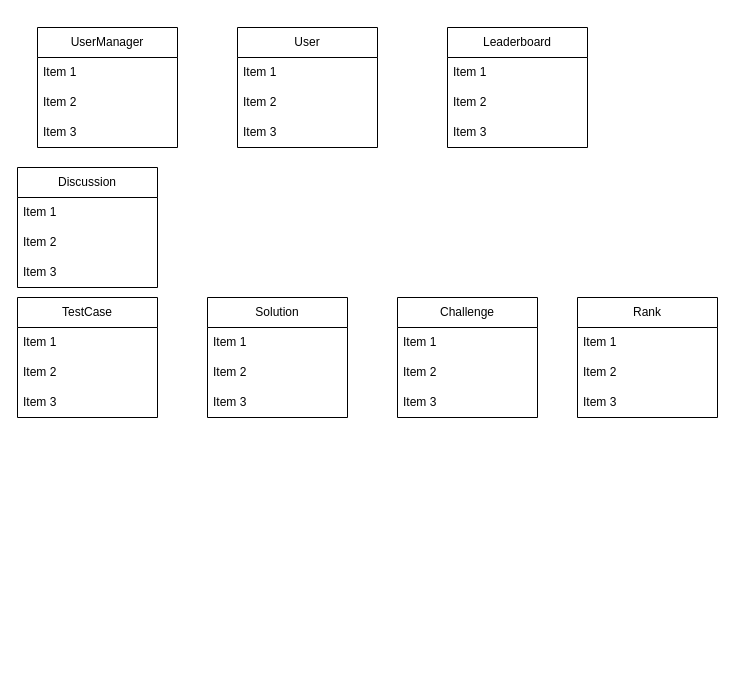
Earlier version of the draw.io diagram class-diagram.drawio (rayesalnasra/code-golf). Source tidied: cells renumbered, new cells numbered last; positions are measured from the earlier drawing's top-left corner, leaving out a move shared by most shapes. Both pictures are drawn from the tidied source at 100%, with x=0, y=0 at pixel (17, 27).
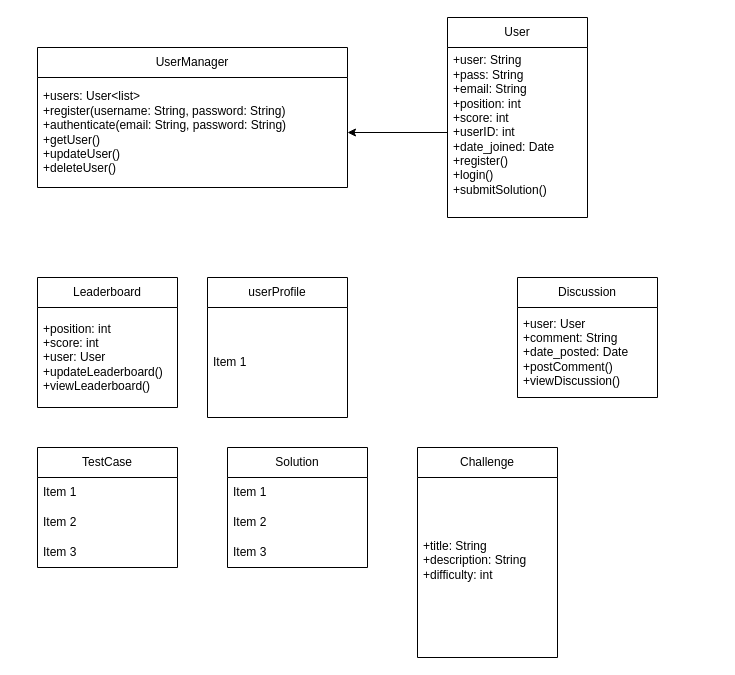
The same page after the edit.

Change to the diagram source:
```diff
@@
     <mxCell id="2" value="UserManager" style="swimlane;fontStyle=0;horizontal=1;startSize=30;whiteSpace=wrap;html=1;" parent="1" vertex="1">
-      <mxGeometry x="20" width="140" height="120" as="geometry" />
+      <mxGeometry x="20" y="20" width="310" height="140" as="geometry" />
     </mxCell>
-    <mxCell id="3" value="Item 1" style="text;strokeColor=none;fillColor=none;align=left;verticalAlign=middle;spacingLeft=4;spacingRight=4;overflow=hidden;points=[[0,0.5],[1,0.5]];portConstraint=eastwest;whiteSpace=wrap;html=1;" parent="2" vertex="1">
-      <mxGeometry y="30" width="140" height="30" as="geometry" />
+    <mxCell id="3" value="+users: User&amp;lt;list&amp;gt;&lt;div&gt;+register(username: String, password: String)&lt;/div&gt;&lt;div&gt;+authenticate(email: String, password: String)&lt;/div&gt;&lt;div&gt;+getUser()&lt;/div&gt;&lt;div&gt;+updateUser()&lt;/div&gt;&lt;div&gt;+deleteUser()&lt;/div&gt;" style="text;strokeColor=none;fillColor=none;align=left;verticalAlign=middle;spacingLeft=4;spacingRight=4;overflow=hidden;points=[[0,0.5],[1,0.5]];portConstraint=eastwest;whiteSpace=wrap;html=1;" parent="2" vertex="1">
+      <mxGeometry y="30" width="310" height="110" as="geometry" />
     </mxCell>
-    <mxCell id="4" value="Item 2" style="text;strokeColor=none;fillColor=none;align=left;verticalAlign=middle;spacingLeft=4;spacingRight=4;overflow=hidden;whiteSpace=wrap;html=1;" parent="2" vertex="1">
-      <mxGeometry y="60" width="140" height="30" as="geometry" />
-    </mxCell>
-    <mxCell id="5" value="Item 3" style="text;strokeColor=none;fillColor=none;align=left;verticalAlign=middle;spacingLeft=4;spacingRight=4;overflow=hidden;whiteSpace=wrap;html=1;" parent="2" vertex="1">
-      <mxGeometry y="90" width="140" height="30" as="geometry" />
-    </mxCell>
     <mxCell id="6" value="User" style="swimlane;fontStyle=0;horizontal=1;startSize=30;whiteSpace=wrap;html=1;" parent="1" vertex="1">
-      <mxGeometry x="220" width="140" height="120" as="geometry" />
+      <mxGeometry x="430" y="-10" width="140" height="200" as="geometry" />
     </mxCell>
-    <mxCell id="7" value="Item 1" style="text;strokeColor=none;fillColor=none;align=left;verticalAlign=middle;spacingLeft=4;spacingRight=4;overflow=hidden;whiteSpace=wrap;html=1;" parent="6" vertex="1">
-      <mxGeometry y="30" width="140" height="30" as="geometry" />
-    </mxCell>
-    <mxCell id="8" value="Item 2" style="text;strokeColor=none;fillColor=none;align=left;verticalAlign=middle;spacingLeft=4;spacingRight=4;overflow=hidden;whiteSpace=wrap;html=1;" parent="6" vertex="1">
-      <mxGeometry y="60" width="140" height="30" as="geometry" />
-    </mxCell>
-    <mxCell id="9" value="Item 3" style="text;strokeColor=none;fillColor=none;align=left;verticalAlign=middle;spacingLeft=4;spacingRight=4;overflow=hidden;points=[[0,0.5],[1,0.5]];portConstraint=eastwest;whiteSpace=wrap;html=1;" parent="6" vertex="1">
-      <mxGeometry y="90" width="140" height="30" as="geometry" />
+    <mxCell id="9" value="&lt;div&gt;+user: String&lt;/div&gt;&lt;div&gt;+pass: String&lt;/div&gt;&lt;div&gt;+email: String&lt;/div&gt;+position: int&lt;div&gt;+score: int&lt;br&gt;&lt;div&gt;+userID: int&lt;/div&gt;&lt;div&gt;+date_joined: Date&lt;/div&gt;&lt;div&gt;+register()&lt;/div&gt;&lt;div&gt;+login()&lt;/div&gt;&lt;div&gt;+submitSolution()&lt;br&gt;&lt;/div&gt;&lt;/div&gt;&lt;div&gt;&lt;br&gt;&lt;/div&gt;" style="text;strokeColor=none;fillColor=none;align=left;verticalAlign=middle;spacingLeft=4;spacingRight=4;overflow=hidden;points=[[0,0.5],[1,0.5]];portConstraint=eastwest;whiteSpace=wrap;html=1;" parent="6" vertex="1">
+      <mxGeometry y="30" width="140" height="170" as="geometry" />
     </mxCell>
     <mxCell id="10" value="Leaderboard" style="swimlane;fontStyle=0;horizontal=1;startSize=30;whiteSpace=wrap;html=1;" parent="1" vertex="1">
-      <mxGeometry x="430" width="140" height="120" as="geometry" />
+      <mxGeometry x="20" y="250" width="140" height="130" as="geometry" />
     </mxCell>
-    <mxCell id="11" value="Item 1" style="text;strokeColor=none;fillColor=none;align=left;verticalAlign=middle;spacingLeft=4;spacingRight=4;overflow=hidden;whiteSpace=wrap;html=1;" parent="10" vertex="1">
-      <mxGeometry y="30" width="140" height="30" as="geometry" />
+    <mxCell id="11" value="+position: int&lt;div&gt;+score: int&lt;/div&gt;&lt;div&gt;+user: User&lt;/div&gt;&lt;div&gt;+updateLeaderboard()&lt;/div&gt;&lt;div&gt;+viewLeaderboard()&lt;/div&gt;" style="text;strokeColor=none;fillColor=none;align=left;verticalAlign=middle;spacingLeft=4;spacingRight=4;overflow=hidden;whiteSpace=wrap;html=1;" parent="10" vertex="1">
+      <mxGeometry y="30" width="140" height="100" as="geometry" />
     </mxCell>
-    <mxCell id="12" value="Item 2" style="text;strokeColor=none;fillColor=none;align=left;verticalAlign=middle;spacingLeft=4;spacingRight=4;overflow=hidden;whiteSpace=wrap;html=1;" parent="10" vertex="1">
-      <mxGeometry y="60" width="140" height="30" as="geometry" />
-    </mxCell>
-    <mxCell id="13" value="Item 3" style="text;strokeColor=none;fillColor=none;align=left;verticalAlign=middle;spacingLeft=4;spacingRight=4;overflow=hidden;whiteSpace=wrap;html=1;" parent="10" vertex="1">
-      <mxGeometry y="90" width="140" height="30" as="geometry" />
-    </mxCell>
     <mxCell id="14" value="Challenge" style="swimlane;fontStyle=0;horizontal=1;startSize=30;whiteSpace=wrap;html=1;" parent="1" vertex="1">
-      <mxGeometry x="380" y="270" width="140" height="120" as="geometry" />
+      <mxGeometry x="400" y="420" width="140" height="210" as="geometry" />
     </mxCell>
-    <mxCell id="15" value="Item 1" style="text;strokeColor=none;fillColor=none;align=left;verticalAlign=middle;spacingLeft=4;spacingRight=4;overflow=hidden;whiteSpace=wrap;html=1;" parent="14" vertex="1">
-      <mxGeometry y="30" width="140" height="30" as="geometry" />
+    <mxCell id="15" value="+title: String&lt;div&gt;+description: String&lt;/div&gt;&lt;div&gt;+difficulty: int&lt;/div&gt;&lt;div&gt;&lt;br&gt;&lt;/div&gt;" style="text;strokeColor=none;fillColor=none;align=left;verticalAlign=middle;spacingLeft=4;spacingRight=4;overflow=hidden;whiteSpace=wrap;html=1;" parent="14" vertex="1">
+      <mxGeometry y="30" width="140" height="180" as="geometry" />
     </mxCell>
-    <mxCell id="16" value="Item 2" style="text;strokeColor=none;fillColor=none;align=left;verticalAlign=middle;spacingLeft=4;spacingRight=4;overflow=hidden;whiteSpace=wrap;html=1;" parent="14" vertex="1">
-      <mxGeometry y="60" width="140" height="30" as="geometry" />
-    </mxCell>
-    <mxCell id="17" value="Item 3" style="text;strokeColor=none;fillColor=none;align=left;verticalAlign=middle;spacingLeft=4;spacingRight=4;overflow=hidden;whiteSpace=wrap;html=1;" parent="14" vertex="1">
-      <mxGeometry y="90" width="140" height="30" as="geometry" />
-    </mxCell>
-    <mxCell id="18" value="Rank" style="swimlane;fontStyle=0;horizontal=1;startSize=30;whiteSpace=wrap;html=1;" parent="1" vertex="1">
-      <mxGeometry x="560" y="270" width="140" height="120" as="geometry" />
-    </mxCell>
-    <mxCell id="19" value="Item 1" style="text;strokeColor=none;fillColor=none;align=left;verticalAlign=middle;spacingLeft=4;spacingRight=4;overflow=hidden;whiteSpace=wrap;html=1;" parent="18" vertex="1">
-      <mxGeometry y="30" width="140" height="30" as="geometry" />
-    </mxCell>
-    <mxCell id="20" value="Item 2" style="text;strokeColor=none;fillColor=none;align=left;verticalAlign=middle;spacingLeft=4;spacingRight=4;overflow=hidden;whiteSpace=wrap;html=1;" parent="18" vertex="1">
-      <mxGeometry y="60" width="140" height="30" as="geometry" />
-    </mxCell>
-    <mxCell id="21" value="Item 3" style="text;strokeColor=none;fillColor=none;align=left;verticalAlign=middle;spacingLeft=4;spacingRight=4;overflow=hidden;whiteSpace=wrap;html=1;" parent="18" vertex="1">
-      <mxGeometry y="90" width="140" height="30" as="geometry" />
-    </mxCell>
     <mxCell id="22" value="Solution" style="swimlane;fontStyle=0;horizontal=1;startSize=30;whiteSpace=wrap;html=1;" parent="1" vertex="1">
-      <mxGeometry x="190" y="270" width="140" height="120" as="geometry" />
+      <mxGeometry x="210" y="420" width="140" height="120" as="geometry" />
     </mxCell>
@@
     <mxCell id="26" value="TestCase" style="swimlane;fontStyle=0;horizontal=1;startSize=30;whiteSpace=wrap;html=1;" parent="1" vertex="1">
-      <mxGeometry y="270" width="140" height="120" as="geometry" />
+      <mxGeometry x="20" y="420" width="140" height="120" as="geometry" />
     </mxCell>
@@
     <mxCell id="30" value="Discussion" style="swimlane;fontStyle=0;horizontal=1;startSize=30;whiteSpace=wrap;html=1;" parent="1" vertex="1">
-      <mxGeometry y="140" width="140" height="120" as="geometry" />
+      <mxGeometry x="500" y="250" width="140" height="120" as="geometry" />
     </mxCell>
-    <mxCell id="31" value="Item 1" style="text;strokeColor=none;fillColor=none;align=left;verticalAlign=middle;spacingLeft=4;spacingRight=4;overflow=hidden;whiteSpace=wrap;html=1;" parent="30" vertex="1">
-      <mxGeometry y="30" width="140" height="30" as="geometry" />
+    <mxCell id="31" value="+user: User&lt;div&gt;+comment: String&lt;/div&gt;&lt;div&gt;+date_posted: Date&lt;/div&gt;&lt;div&gt;+postComment()&lt;/div&gt;&lt;div&gt;+viewDiscussion()&lt;/div&gt;" style="text;strokeColor=none;fillColor=none;align=left;verticalAlign=middle;spacingLeft=4;spacingRight=4;overflow=hidden;whiteSpace=wrap;html=1;" parent="30" vertex="1">
+      <mxGeometry y="30" width="140" height="90" as="geometry" />
     </mxCell>
-    <mxCell id="32" value="Item 2" style="text;strokeColor=none;fillColor=none;align=left;verticalAlign=middle;spacingLeft=4;spacingRight=4;overflow=hidden;whiteSpace=wrap;html=1;" parent="30" vertex="1">
-      <mxGeometry y="60" width="140" height="30" as="geometry" />
-    </mxCell>
-    <mxCell id="33" value="Item 3" style="text;strokeColor=none;fillColor=none;align=left;verticalAlign=middle;spacingLeft=4;spacingRight=4;overflow=hidden;whiteSpace=wrap;html=1;" parent="30" vertex="1">
-      <mxGeometry y="90" width="140" height="30" as="geometry" />
-    </mxCell>
+    <mxCell id="34" style="edgeStyle=orthogonalEdgeStyle;rounded=0;jettySize=auto;html=1;exitX=0;exitY=0.5;exitDx=0;exitDy=0;entryX=1;entryY=0.5;entryDx=0;entryDy=0;" parent="1" edge="1" source="9" target="3">
+      <mxGeometry relative="1" as="geometry" />
+    </mxCell>
+    <mxCell id="35" value="userProfile" style="swimlane;fontStyle=0;horizontal=1;startSize=30;whiteSpace=wrap;html=1;" parent="1" vertex="1">
+      <mxGeometry x="190" y="250" width="140" height="140" as="geometry" />
+    </mxCell>
+    <mxCell id="36" value="Item 1" style="text;strokeColor=none;fillColor=none;align=left;verticalAlign=middle;spacingLeft=4;spacingRight=4;overflow=hidden;whiteSpace=wrap;html=1;" parent="35" vertex="1">
+      <mxGeometry y="30" width="140" height="110" as="geometry" />
+    </mxCell>
```
